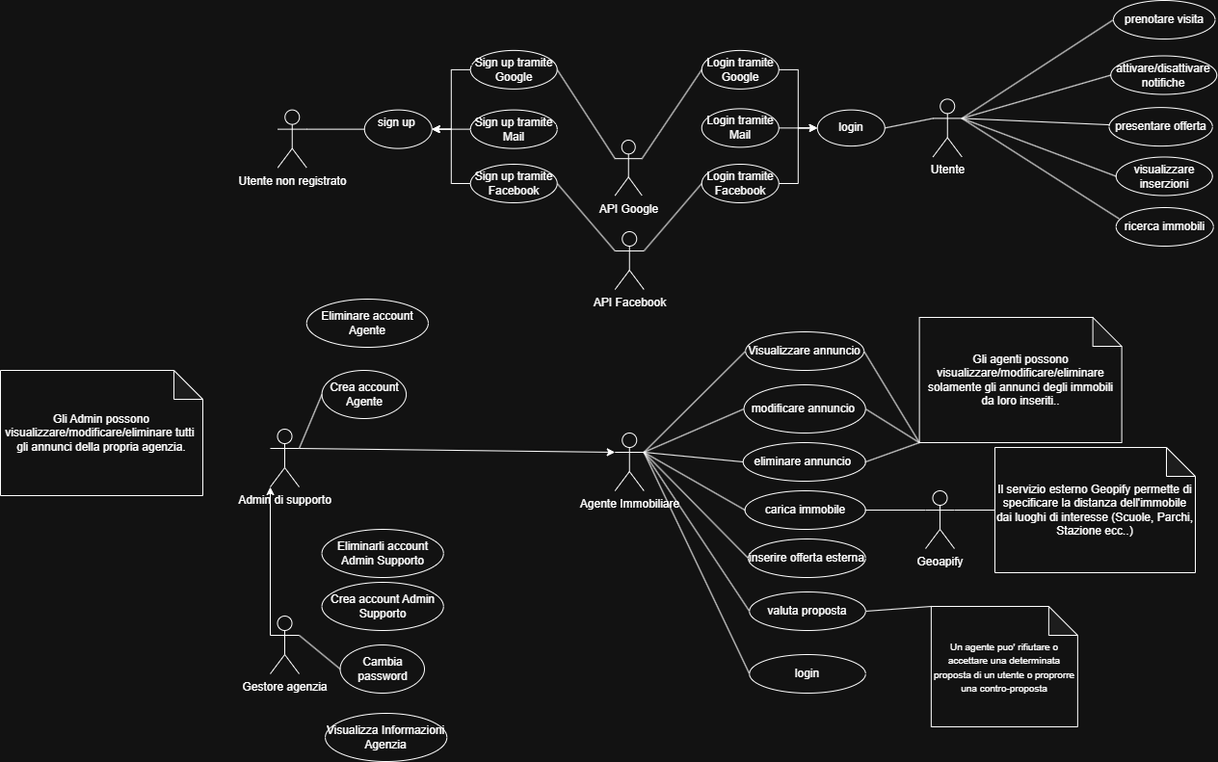
Before: Docs/Diagrammi/UseCaseINGSW.drawio.png, a diagram exported from draw.io (GiuseppeMartusciello/DietiEstates2425). Source tidied: cells renumbered, new cells last; positions are measured from the earlier drawing's top-left corner, leaving out a move shared by most shapes.
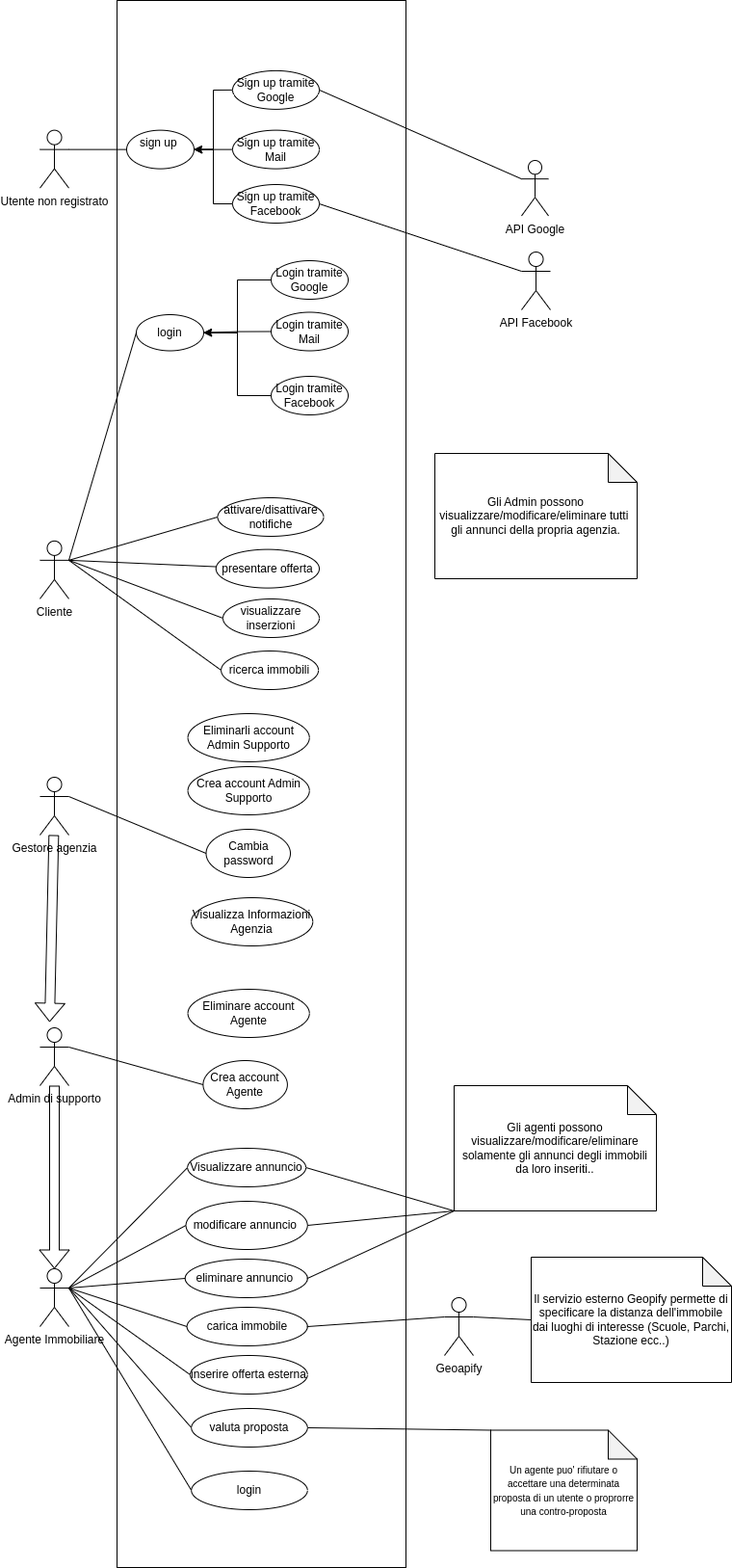
The same diagram one commit later.

What changed in the source:
```diff
@@ -4,19 +4,22 @@
     <mxCell id="1" parent="0" />
+    <mxCell id="74" style="rounded=0;whiteSpace=wrap;html=1;" parent="1" vertex="1">
+      <mxGeometry x="-360" y="-460" width="300" height="1626" as="geometry" />
+    </mxCell>
-    <mxCell id="2" value="Utente" style="shape=umlActor;verticalLabelPosition=bottom;verticalAlign=top;html=1;outlineConnect=0;" parent="1" vertex="1">
-      <mxGeometry x="967.8" y="102.4" width="30" height="60" as="geometry" />
+    <mxCell id="2" value="Cliente" style="shape=umlActor;verticalLabelPosition=bottom;verticalAlign=top;html=1;outlineConnect=0;" parent="1" vertex="1">
+      <mxGeometry x="-440" y="100.9" width="30" height="60" as="geometry" />
     </mxCell>
     <mxCell id="3" value="Gestore agenzia" style="shape=umlActor;verticalLabelPosition=bottom;verticalAlign=top;html=1;outlineConnect=0;" parent="1" vertex="1">
-      <mxGeometry x="280" y="639" width="30" height="60" as="geometry" />
+      <mxGeometry x="-440" y="346" width="30" height="60" as="geometry" />
     </mxCell>
     <mxCell id="4" value="Agente Immobiliare" style="shape=umlActor;verticalLabelPosition=bottom;verticalAlign=top;html=1;outlineConnect=0;" parent="1" vertex="1">
-      <mxGeometry x="637.8" y="449" width="30" height="60" as="geometry" />
+      <mxGeometry x="-440" y="856" width="30" height="60" as="geometry" />
     </mxCell>
     <mxCell id="5" value="Cambia password" style="ellipse;whiteSpace=wrap;html=1;" parent="1" vertex="1">
-      <mxGeometry x="352.5" y="669" width="87.5" height="50" as="geometry" />
+      <mxGeometry x="-267.5" y="400" width="87.5" height="50" as="geometry" />
     </mxCell>
     <mxCell id="6" value="valuta proposta" style="ellipse;whiteSpace=wrap;html=1;" parent="1" vertex="1">
-      <mxGeometry x="777.2" y="614" width="120.5" height="40" as="geometry" />
+      <mxGeometry x="-282.8" y="1001" width="120.5" height="40" as="geometry" />
     </mxCell>
     <mxCell id="7" value="inserire offerta esterna" style="ellipse;whiteSpace=wrap;html=1;" parent="1" vertex="1">
-      <mxGeometry x="776" y="559" width="121.8" height="40" as="geometry" />
+      <mxGeometry x="-284" y="946" width="121.8" height="40" as="geometry" />
     </mxCell>
@@ -26,20 +29,17 @@
     <mxCell id="9" value="ricerca immobili" style="ellipse;whiteSpace=wrap;html=1;" parent="1" vertex="1">
-      <mxGeometry x="1157.8" y="215" width="101" height="40" as="geometry" />
+      <mxGeometry x="-251.9" y="215" width="101" height="40" as="geometry" />
     </mxCell>
-    <mxCell id="10" value="prenotare visita" style="ellipse;whiteSpace=wrap;html=1;" parent="1" vertex="1">
-      <mxGeometry x="1155" width="105.5" height="40" as="geometry" />
-    </mxCell>
     <mxCell id="11" value="visualizzare inserzioni" style="ellipse;whiteSpace=wrap;html=1;" parent="1" vertex="1">
-      <mxGeometry x="1157.8" y="162.5" width="100" height="40" as="geometry" />
+      <mxGeometry x="-250" y="161" width="100" height="40" as="geometry" />
     </mxCell>
     <mxCell id="12" value="presentare offerta" style="ellipse;whiteSpace=wrap;html=1;" parent="1" vertex="1">
-      <mxGeometry x="1150.5" y="111.1" width="107.2" height="40" as="geometry" />
+      <mxGeometry x="-257.2" y="109.6" width="107.2" height="40" as="geometry" />
     </mxCell>
     <mxCell id="13" value="attivare/disattivare notifiche" style="ellipse;whiteSpace=wrap;html=1;" parent="1" vertex="1">
-      <mxGeometry x="1152.2" y="57.5" width="110" height="40" as="geometry" />
+      <mxGeometry x="-255.5" y="56" width="110" height="40" as="geometry" />
     </mxCell>
     <mxCell id="14" value="sign up&amp;nbsp;&lt;div&gt;&lt;br&gt;&lt;/div&gt;" style="ellipse;whiteSpace=wrap;html=1;" parent="1" vertex="1">
-      <mxGeometry x="377.8" y="113.6" width="70" height="40" as="geometry" />
+      <mxGeometry x="-350" y="-325.4" width="70" height="40" as="geometry" />
     </mxCell>
-    <mxCell id="15" style="endArrow=none;html=1;rounded=0;exitX=0.03;exitY=0.288;exitDx=0;exitDy=0;exitPerimeter=0;entryX=1;entryY=0.3333333333333333;entryDx=0;entryDy=0;entryPerimeter=0;" parent="1" edge="1" source="9" target="2">
+    <mxCell id="15" style="endArrow=none;html=1;rounded=0;exitX=0;exitY=0.5;exitDx=0;exitDy=0;entryX=1;entryY=0.3333333333333333;entryDx=0;entryDy=0;entryPerimeter=0;" parent="1" edge="1" source="9" target="2">
       <mxGeometry relative="1" as="geometry" />
@@ -50,6 +50,6 @@
     <mxCell id="17" value="Utente non registrato" style="shape=umlActor;verticalLabelPosition=bottom;verticalAlign=top;html=1;outlineConnect=0;" parent="1" vertex="1">
-      <mxGeometry x="287.8" y="113.6" width="30" height="60" as="geometry" />
+      <mxGeometry x="-440" y="-325.4" width="30" height="60" as="geometry" />
     </mxCell>
     <mxCell id="18" value="&lt;span data-lucid-content=&quot;{&amp;quot;t&amp;quot;:&amp;quot;Un agente puo' rifiutare o accettara una determinata proposta o proprorre una contro-proposta&amp;quot;,&amp;quot;m&amp;quot;:[{&amp;quot;s&amp;quot;:0,&amp;quot;n&amp;quot;:&amp;quot;s&amp;quot;,&amp;quot;v&amp;quot;:22.22222222222222,&amp;quot;e&amp;quot;:93},{&amp;quot;s&amp;quot;:0,&amp;quot;n&amp;quot;:&amp;quot;fsp&amp;quot;,&amp;quot;v&amp;quot;:&amp;quot;ss_presetShapeStyle1_textStyle&amp;quot;,&amp;quot;e&amp;quot;:93},{&amp;quot;s&amp;quot;:0,&amp;quot;n&amp;quot;:&amp;quot;fsp2&amp;quot;,&amp;quot;v&amp;quot;:&amp;quot;ss_presetShapeStyle1_textStyle&amp;quot;,&amp;quot;e&amp;quot;:93}]}&quot;&gt;&lt;font style=&quot;font-size: 10px;&quot;&gt;Un agente puo' rifiutare o accettare una determinata proposta di un utente o proprorre una contro-proposta&lt;/font&gt;&lt;/span&gt;" style="shape=note;whiteSpace=wrap;html=1;backgroundOutline=1;darkOpacity=0.05;" parent="1" vertex="1">
-      <mxGeometry x="965.9" y="629" width="152" height="125" as="geometry" />
+      <mxGeometry x="28" y="1023.5" width="152" height="125" as="geometry" />
     </mxCell>
@@ -59,3 +59,3 @@
     <mxCell id="20" value="Sign up tramite Google" style="ellipse;whiteSpace=wrap;html=1;" parent="1" vertex="1">
-      <mxGeometry x="487.8" y="51.9" width="90" height="40" as="geometry" />
+      <mxGeometry x="-240" y="-387.1" width="90" height="40" as="geometry" />
     </mxCell>
@@ -65,3 +65,3 @@
     <mxCell id="22" value="Sign up tramite Mail" style="ellipse;whiteSpace=wrap;html=1;" parent="1" vertex="1">
-      <mxGeometry x="487.8" y="113.6" width="90" height="40" as="geometry" />
+      <mxGeometry x="-240" y="-325.4" width="90" height="40" as="geometry" />
     </mxCell>
@@ -71,9 +71,9 @@
     <mxCell id="24" value="Sign up tramite Facebook" style="ellipse;whiteSpace=wrap;html=1;" parent="1" vertex="1">
-      <mxGeometry x="487.8" y="170" width="90" height="40" as="geometry" />
+      <mxGeometry x="-240" y="-269" width="90" height="40" as="geometry" />
     </mxCell>
     <mxCell id="25" value="API Google" style="shape=umlActor;verticalLabelPosition=bottom;verticalAlign=top;html=1;outlineConnect=0;" parent="1" vertex="1">
-      <mxGeometry x="637.8" y="145" width="28" height="57.5" as="geometry" />
+      <mxGeometry x="60" y="-294" width="28" height="57.5" as="geometry" />
     </mxCell>
     <mxCell id="26" value="API Facebook" style="shape=umlActor;verticalLabelPosition=bottom;verticalAlign=top;html=1;outlineConnect=0;" parent="1" vertex="1">
-      <mxGeometry x="637.8" y="240" width="30" height="60" as="geometry" />
+      <mxGeometry x="60" y="-199" width="30" height="60" as="geometry" />
     </mxCell>
@@ -92,48 +92,22 @@
     <mxCell id="31" value="Admin di supporto" style="shape=umlActor;verticalLabelPosition=bottom;verticalAlign=top;html=1;outlineConnect=0;" parent="1" vertex="1">
-      <mxGeometry x="280" y="445" width="30" height="60" as="geometry" />
+      <mxGeometry x="-440" y="606" width="30" height="60" as="geometry" />
     </mxCell>
     <mxCell id="32" value="modificare annuncio&amp;nbsp;" style="ellipse;whiteSpace=wrap;html=1;" parent="1" vertex="1">
-      <mxGeometry x="771.6" y="399" width="126.2" height="50" as="geometry" />
+      <mxGeometry x="-288.4" y="786" width="126.2" height="50" as="geometry" />
     </mxCell>
     <mxCell id="33" value="eliminare annuncio&amp;nbsp;" style="ellipse;whiteSpace=wrap;html=1;" parent="1" vertex="1">
-      <mxGeometry x="770.8" y="459" width="127" height="40" as="geometry" />
+      <mxGeometry x="-289.2" y="846" width="127" height="40" as="geometry" />
     </mxCell>
     <mxCell id="34" value="carica immobile" style="ellipse;whiteSpace=wrap;html=1;" parent="1" vertex="1">
-      <mxGeometry x="772.6" y="509" width="125.1" height="40" as="geometry" />
+      <mxGeometry x="-287.4" y="896" width="125.1" height="40" as="geometry" />
     </mxCell>
     <mxCell id="35" value="Geoapify" style="shape=umlActor;verticalLabelPosition=bottom;verticalAlign=top;html=1;outlineConnect=0;" parent="1" vertex="1">
-      <mxGeometry x="960" y="509" width="30" height="60" as="geometry" />
+      <mxGeometry x="-20" y="886" width="30" height="60" as="geometry" />
     </mxCell>
     <mxCell id="36" value="G&lt;span style=&quot;background-color: initial;&quot;&gt;li agenti possono visualizzare/modificare/eliminare solamente gli annunci degli immobili da loro inseriti..&lt;/span&gt;" style="shape=note;whiteSpace=wrap;html=1;backgroundOutline=1;darkOpacity=0.05;" parent="1" vertex="1">
-      <mxGeometry x="953.6" y="329" width="210" height="130" as="geometry" />
+      <mxGeometry x="-10" y="666" width="210" height="130" as="geometry" />
     </mxCell>
     <mxCell id="37" value="Visualizzare annuncio" style="ellipse;whiteSpace=wrap;html=1;" parent="1" vertex="1">
-      <mxGeometry x="773.2" y="344" width="122.9" height="40" as="geometry" />
+      <mxGeometry x="-286.8" y="731" width="122.9" height="40" as="geometry" />
     </mxCell>
-    <mxCell id="38" value="login" style="ellipse;whiteSpace=wrap;html=1;" parent="1" vertex="1">
-      <mxGeometry x="847.8" y="113.6" width="70" height="37.5" as="geometry" />
-    </mxCell>
-    <mxCell id="39" style="edgeStyle=orthogonalEdgeStyle;rounded=0;jettySize=auto;html=1;exitX=1;exitY=0.5;exitDx=0;exitDy=0;entryX=0;entryY=0.5;entryDx=0;entryDy=0;" parent="1" edge="1" source="40" target="38">
-      <mxGeometry relative="1" as="geometry" />
-    </mxCell>
-    <mxCell id="40" value="Login tramite Google" style="ellipse;whiteSpace=wrap;html=1;" parent="1" vertex="1">
-      <mxGeometry x="727.8" y="51.9" width="80" height="40" as="geometry" />
-    </mxCell>
-    <mxCell id="41" style="edgeStyle=orthogonalEdgeStyle;rounded=0;jettySize=auto;html=1;exitX=1;exitY=0.5;exitDx=0;exitDy=0;" parent="1" edge="1" source="42">
-      <mxGeometry relative="1" as="geometry">
-        <mxPoint x="847.8" y="132.3" as="targetPoint" />
-      </mxGeometry>
-    </mxCell>
-    <mxCell id="42" value="Login tramite Mail" style="ellipse;whiteSpace=wrap;html=1;" parent="1" vertex="1">
-      <mxGeometry x="727.8" y="112.4" width="80" height="40" as="geometry" />
-    </mxCell>
-    <mxCell id="43" style="edgeStyle=orthogonalEdgeStyle;rounded=0;jettySize=auto;html=1;exitX=1;exitY=0.5;exitDx=0;exitDy=0;entryX=0;entryY=0.5;entryDx=0;entryDy=0;" parent="1" edge="1" source="44" target="38">
-      <mxGeometry relative="1" as="geometry" />
-    </mxCell>
-    <mxCell id="44" value="Login tramite Facebook" style="ellipse;whiteSpace=wrap;html=1;" parent="1" vertex="1">
-      <mxGeometry x="727.8" y="170" width="80" height="40" as="geometry" />
-    </mxCell>
-    <mxCell id="45" style="endArrow=none;html=1;rounded=0;entryX=0;entryY=0.3333333333333333;entryDx=0;entryDy=0;entryPerimeter=0;exitX=1;exitY=0.5;exitDx=0;exitDy=0;" parent="1" edge="1" source="38" target="2">
-      <mxGeometry relative="1" as="geometry" />
-    </mxCell>
     <mxCell id="46" style="endArrow=none;html=1;rounded=0;exitX=1;exitY=0.3333333333333333;exitDx=0;exitDy=0;exitPerimeter=0;entryX=0;entryY=0.5;entryDx=0;entryDy=0;" parent="1" edge="1" source="17" target="14">
@@ -141,14 +115,2 @@
     </mxCell>
-    <mxCell id="47" style="endArrow=none;html=1;rounded=0;entryX=1;entryY=0.5;entryDx=0;entryDy=0;exitX=0;exitY=0.3333333333333333;exitDx=0;exitDy=0;exitPerimeter=0;" parent="1" edge="1" source="25" target="20">
-      <mxGeometry relative="1" as="geometry" />
-    </mxCell>
-    <mxCell id="48" style="endArrow=none;html=1;rounded=0;entryX=1;entryY=0.3333333333333333;entryDx=0;entryDy=0;entryPerimeter=0;exitX=0;exitY=0.5;exitDx=0;exitDy=0;" parent="1" edge="1" source="40" target="25">
-      <mxGeometry relative="1" as="geometry" />
-    </mxCell>
-    <mxCell id="49" style="endArrow=none;html=1;rounded=0;entryX=1;entryY=0.5;entryDx=0;entryDy=0;exitX=0;exitY=0.3333333333333333;exitDx=0;exitDy=0;exitPerimeter=0;" parent="1" edge="1" source="26" target="24">
-      <mxGeometry relative="1" as="geometry" />
-    </mxCell>
-    <mxCell id="50" style="endArrow=none;html=1;rounded=0;entryX=1;entryY=0.3333333333333333;entryDx=0;entryDy=0;entryPerimeter=0;exitX=0;exitY=0.5;exitDx=0;exitDy=0;" parent="1" edge="1" source="44" target="26">
-      <mxGeometry relative="1" as="geometry" />
-    </mxCell>
     <mxCell id="51" style="endArrow=none;html=1;rounded=0;entryX=0;entryY=0.5;entryDx=0;entryDy=0;exitX=1;exitY=0.3333333333333333;exitDx=0;exitDy=0;exitPerimeter=0;" parent="1" edge="1" source="2" target="13">
@@ -156,5 +118,2 @@
     </mxCell>
-    <mxCell id="52" style="endArrow=none;html=1;rounded=0;entryX=0;entryY=0.5;entryDx=0;entryDy=0;exitX=1;exitY=0.3333333333333333;exitDx=0;exitDy=0;exitPerimeter=0;" parent="1" edge="1" source="2" target="10">
-      <mxGeometry relative="1" as="geometry" />
-    </mxCell>
     <mxCell id="53" style="endArrow=none;html=1;rounded=0;entryX=0;entryY=0.5;entryDx=0;entryDy=0;exitX=1;exitY=0.3333333333333333;exitDx=0;exitDy=0;exitPerimeter=0;" parent="1" edge="1" source="4" target="34">
@@ -184,3 +143,3 @@
     <mxCell id="61" value="Il servizio esterno Geopify permette di specificare la distanza dell'immobile dai luoghi di interesse (Scuole, Parchi, Stazione ecc..)" style="shape=note;whiteSpace=wrap;html=1;backgroundOutline=1;darkOpacity=0.05;" parent="1" vertex="1">
-      <mxGeometry x="1032" y="464" width="208" height="130" as="geometry" />
+      <mxGeometry x="70" y="844" width="208" height="130" as="geometry" />
     </mxCell>
@@ -190,3 +149,3 @@
     <mxCell id="63" value="login" style="ellipse;whiteSpace=wrap;html=1;" parent="1" vertex="1">
-      <mxGeometry x="777.2" y="679" width="120.5" height="40" as="geometry" />
+      <mxGeometry x="-282.8" y="1066" width="120.5" height="40" as="geometry" />
     </mxCell>
@@ -196,3 +155,3 @@
     <mxCell id="65" value="Crea account Agente" style="ellipse;whiteSpace=wrap;html=1;" parent="1" vertex="1">
-      <mxGeometry x="333.6" y="384" width="87.5" height="50" as="geometry" />
+      <mxGeometry x="-270.6" y="640" width="87.5" height="50" as="geometry" />
     </mxCell>
@@ -202,22 +161,54 @@
     <mxCell id="67" value="Crea account Admin Supporto" style="ellipse;whiteSpace=wrap;html=1;" parent="1" vertex="1">
-      <mxGeometry x="333.6" y="604" width="126.2" height="50" as="geometry" />
+      <mxGeometry x="-286.4" y="335" width="126.2" height="50" as="geometry" />
     </mxCell>
-    <mxCell id="68" style="endArrow=classic;html=1;rounded=0;entryX=0;entryY=1;entryDx=0;entryDy=0;entryPerimeter=0;exitX=0;exitY=0.3333333333333333;exitDx=0;exitDy=0;exitPerimeter=0;" parent="1" edge="1" source="3" target="31">
-      <mxGeometry relative="1" as="geometry" />
-    </mxCell>
-    <mxCell id="69" style="endArrow=classic;html=1;rounded=0;exitX=1;exitY=0.3333333333333333;exitDx=0;exitDy=0;exitPerimeter=0;entryX=0;entryY=0.3333333333333333;entryDx=0;entryDy=0;entryPerimeter=0;" parent="1" edge="1" source="31" target="4">
-      <mxGeometry relative="1" as="geometry" />
-    </mxCell>
     <mxCell id="70" value="G&lt;span style=&quot;background-color: initial;&quot;&gt;li Admin possono visualizzare/modificare/eliminare tutti&amp;nbsp; gli annunci della propria agenzia.&lt;/span&gt;" style="shape=note;whiteSpace=wrap;html=1;backgroundOutline=1;darkOpacity=0.05;" parent="1" vertex="1">
-      <mxGeometry y="384" width="210" height="130" as="geometry" />
+      <mxGeometry x="-30" y="10" width="210" height="130" as="geometry" />
     </mxCell>
     <mxCell id="71" value="Visualizza Informazioni Agenzia" style="ellipse;whiteSpace=wrap;html=1;" parent="1" vertex="1">
-      <mxGeometry x="337.1" y="740" width="126.2" height="50" as="geometry" />
+      <mxGeometry x="-282.9" y="471" width="126.2" height="50" as="geometry" />
     </mxCell>
     <mxCell id="72" value="Eliminarli account Admin Supporto" style="ellipse;whiteSpace=wrap;html=1;" parent="1" vertex="1">
-      <mxGeometry x="333.6" y="549" width="126.2" height="50" as="geometry" />
+      <mxGeometry x="-286.4" y="280" width="126.2" height="50" as="geometry" />
     </mxCell>
     <mxCell id="73" value="Eliminare account Agente" style="ellipse;whiteSpace=wrap;html=1;" parent="1" vertex="1">
-      <mxGeometry x="317.8" y="310" width="126.2" height="50" as="geometry" />
+      <mxGeometry x="-286.4" y="566" width="126.2" height="50" as="geometry" />
     </mxCell>
+    <mxCell id="75" style="endArrow=none;html=1;rounded=0;entryX=0;entryY=0.3333333333333333;entryDx=0;entryDy=0;entryPerimeter=0;exitX=1;exitY=0.5;exitDx=0;exitDy=0;" parent="1" edge="1" source="20" target="25">
+      <mxGeometry relative="1" as="geometry" />
+    </mxCell>
+    <mxCell id="49" style="endArrow=none;html=1;rounded=0;entryX=1;entryY=0.5;entryDx=0;entryDy=0;exitX=0;exitY=0.3333333333333333;exitDx=0;exitDy=0;exitPerimeter=0;" parent="1" edge="1" source="26" target="24">
+      <mxGeometry relative="1" as="geometry" />
+    </mxCell>
+    <mxCell id="38" value="login" style="ellipse;whiteSpace=wrap;html=1;" parent="1" vertex="1">
+      <mxGeometry x="-340" y="-134" width="70" height="37.5" as="geometry" />
+    </mxCell>
+    <mxCell id="39" style="edgeStyle=orthogonalEdgeStyle;rounded=0;jettySize=auto;html=1;exitX=0;exitY=0.5;exitDx=0;exitDy=0;entryX=1;entryY=0.5;entryDx=0;entryDy=0;" parent="1" edge="1" source="40" target="38">
+      <mxGeometry relative="1" as="geometry" />
+    </mxCell>
+    <mxCell id="40" value="Login tramite Google" style="ellipse;whiteSpace=wrap;html=1;" parent="1" vertex="1">
+      <mxGeometry x="-200" y="-190" width="80" height="40" as="geometry" />
+    </mxCell>
+    <mxCell id="76" style="edgeStyle=orthogonalEdgeStyle;rounded=0;jettySize=auto;html=1;exitX=0;exitY=0.5;exitDx=0;exitDy=0;entryX=1;entryY=0.5;entryDx=0;entryDy=0;" parent="1" edge="1" source="42" target="38">
+      <mxGeometry relative="1" as="geometry" />
+    </mxCell>
+    <mxCell id="42" value="Login tramite Mail" style="ellipse;whiteSpace=wrap;html=1;" parent="1" vertex="1">
+      <mxGeometry x="-200" y="-136.5" width="80" height="40" as="geometry" />
+    </mxCell>
+    <mxCell id="43" style="edgeStyle=orthogonalEdgeStyle;rounded=0;jettySize=auto;html=1;exitX=0;exitY=0.5;exitDx=0;exitDy=0;entryX=1;entryY=0.5;entryDx=0;entryDy=0;" parent="1" edge="1" source="44" target="38">
+      <mxGeometry relative="1" as="geometry" />
+    </mxCell>
+    <mxCell id="44" value="Login tramite Facebook" style="ellipse;whiteSpace=wrap;html=1;" parent="1" vertex="1">
+      <mxGeometry x="-200" y="-70" width="80" height="40" as="geometry" />
+    </mxCell>
+    <mxCell id="77" style="endArrow=none;html=1;rounded=0;entryX=0;entryY=0.5;entryDx=0;entryDy=0;exitX=1;exitY=0.3333333333333333;exitDx=0;exitDy=0;exitPerimeter=0;" parent="1" edge="1" source="2" target="38">
+      <mxGeometry relative="1" as="geometry" />
+    </mxCell>
+    <mxCell id="78" style="endArrow=classic;html=1;rounded=0;shape=flexArrow;" parent="1" edge="1" source="3">
+      <mxGeometry relative="1" as="geometry">
+        <mxPoint x="-430" y="600" as="targetPoint" />
+      </mxGeometry>
+    </mxCell>
+    <mxCell id="69" style="endArrow=classic;html=1;rounded=0;shape=flexArrow;entryX=0.5;entryY=0;entryDx=0;entryDy=0;entryPerimeter=0;" parent="1" edge="1" source="31" target="4">
+      <mxGeometry relative="1" as="geometry" />
+    </mxCell>
   </root>
```
